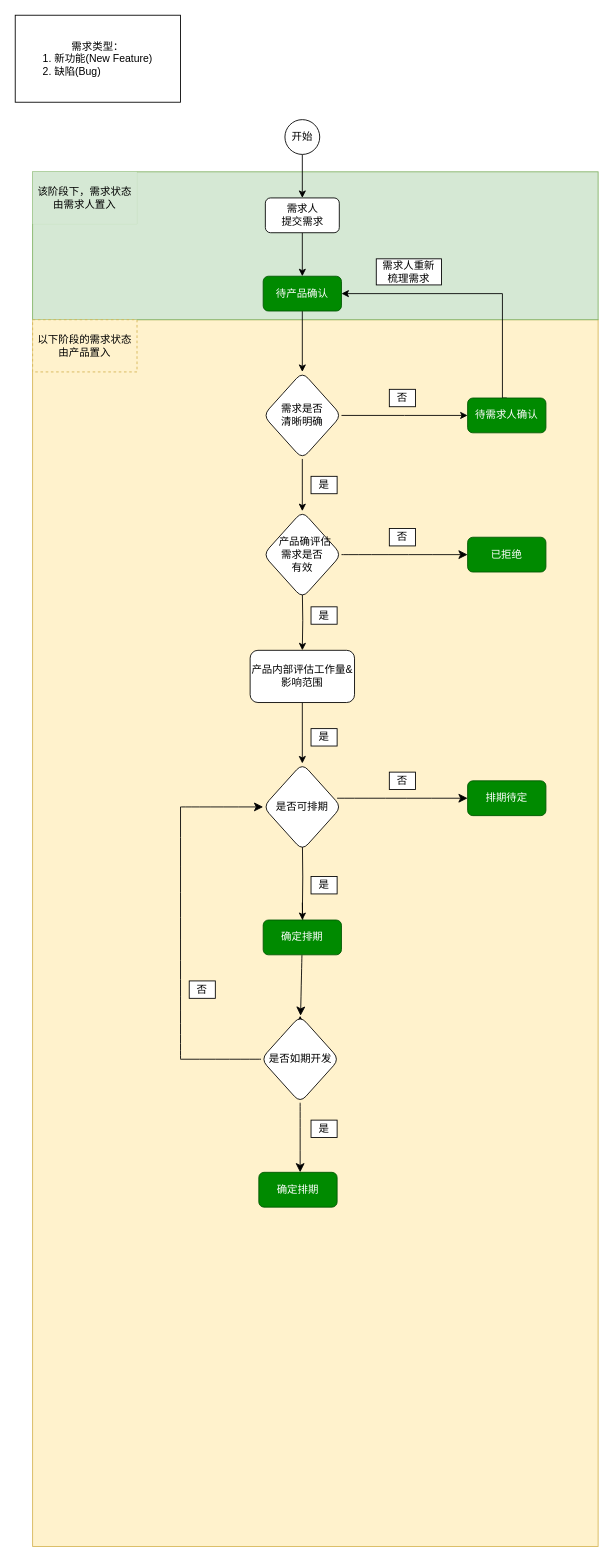
This is 产品需求状态流转图.drawio from Hanan-Deng/website.github.io, a draw.io file, before an edit. Source tidied: cells renumbered, new cells numbered last; positions are measured from the earlier drawing's top-left corner, leaving out a move shared by most shapes. Both pictures are drawn from the tidied source at 87%, with x=0, y=0 at pixel (15, 15).
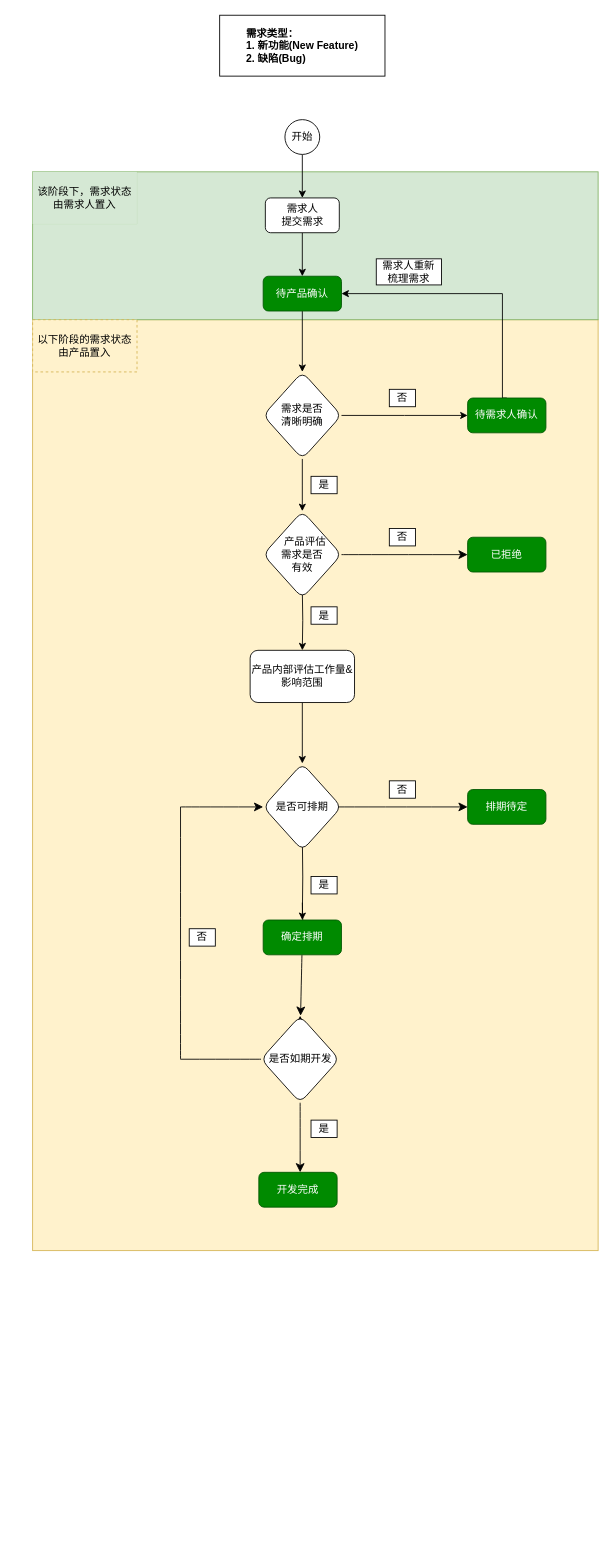
Above is the later version.

Commit message:
Update 产品需求状态流转图.drawio

What changed in the source:
```diff
@@
     <mxCell id="2" style="rounded=0;whiteSpace=wrap;html=1;fillColor=#fff2cc;strokeColor=#d6b656;" parent="1" vertex="1">
-      <mxGeometry x="20" y="350" width="650" height="1410" as="geometry" />
+      <mxGeometry x="20" y="350" width="650" height="1070" as="geometry" />
     </mxCell>
@@
-    <mxCell id="15" style="edgeStyle=none;curved=1;rounded=0;jettySize=auto;html=1;fontSize=12;startSize=8;endSize=8;" parent="1" edge="1" target="27">
+    <mxCell id="15" style="edgeStyle=none;curved=1;rounded=0;orthogonalLoop=1;jettySize=auto;html=1;fontSize=12;startSize=8;endSize=8;" parent="1" edge="1">
       <mxGeometry relative="1" as="geometry">
-        <mxPoint x="370" y="900" as="sourcePoint" />
+        <mxPoint x="370" y="910" as="sourcePoint" />
+        <mxPoint x="520" y="910" as="targetPoint" />
       </mxGeometry>
     </mxCell>
@@
-    <mxCell id="20" value="需求类型：&lt;br&gt;1. 新功能(New Feature)&lt;br&gt;&lt;div style=&quot;text-align: left;&quot;&gt;2. 缺陷(Bug)&lt;/div&gt;" style="rounded=0;whiteSpace=wrap;html=1;labelBackgroundColor=default;" parent="1" vertex="1">
-      <mxGeometry width="190" height="100" as="geometry" />
+    <mxCell id="20" value="&lt;div style=&quot;text-align: left;&quot;&gt;&lt;b&gt;需求类型：&lt;/b&gt;&lt;/div&gt;&lt;b&gt;1. 新功能(New Feature)&lt;br&gt;&lt;/b&gt;&lt;div style=&quot;text-align: left;&quot;&gt;&lt;b&gt;2. 缺陷(Bug)&lt;/b&gt;&lt;/div&gt;" style="rounded=0;whiteSpace=wrap;html=1;labelBackgroundColor=default;" parent="1" vertex="1">
+      <mxGeometry x="235" width="190" height="70" as="geometry" />
     </mxCell>
@@
-    <mxCell id="25" value="否" style="rounded=0;whiteSpace=wrap;html=1;" parent="1" vertex="1">
-      <mxGeometry x="430" y="870" width="30" height="20" as="geometry" />
-    </mxCell>
@@
     <mxCell id="27" value="排期待定" style="rounded=1;whiteSpace=wrap;html=1;fillColor=#008a00;fontColor=#ffffff;strokeColor=#005700;" parent="1" vertex="1">
-      <mxGeometry x="520" y="880" width="90" height="40" as="geometry" />
+      <mxGeometry x="520" y="890" width="90" height="40" as="geometry" />
     </mxCell>
@@
-    <mxCell id="29" value="&amp;nbsp; 产品确评估&lt;br style=&quot;border-color: var(--border-color);&quot;&gt;需求是否&lt;br style=&quot;border-color: var(--border-color);&quot;&gt;有效" style="rhombus;whiteSpace=wrap;html=1;rounded=1;" parent="1" vertex="1">
+    <mxCell id="29" value="&amp;nbsp; 产品评估&lt;br style=&quot;border-color: var(--border-color);&quot;&gt;需求是否&lt;br style=&quot;border-color: var(--border-color);&quot;&gt;有效" style="rhombus;whiteSpace=wrap;html=1;rounded=1;" parent="1" vertex="1">
       <mxGeometry x="285" y="570" width="90" height="100" as="geometry" />
     </mxCell>
@@
-    <mxCell id="33" value="是" style="rounded=0;whiteSpace=wrap;html=1;" parent="1" vertex="1">
-      <mxGeometry x="340" y="820" width="30" height="20" as="geometry" />
-    </mxCell>
@@
     <mxCell id="43" value="否" style="rounded=0;whiteSpace=wrap;html=1;" parent="1" vertex="1">
-      <mxGeometry x="200" y="1110" width="30" height="20" as="geometry" />
+      <mxGeometry x="200" y="1050" width="30" height="20" as="geometry" />
     </mxCell>
@@
-    <mxCell id="47" value="确定排期" style="rounded=1;whiteSpace=wrap;html=1;fillColor=#008a00;fontColor=#ffffff;strokeColor=#005700;" parent="1" vertex="1">
+    <mxCell id="47" value="开发完成" style="rounded=1;whiteSpace=wrap;html=1;fillColor=#008a00;fontColor=#ffffff;strokeColor=#005700;" parent="1" vertex="1">
       <mxGeometry x="280" y="1330" width="90" height="40" as="geometry" />
     </mxCell>
+    <mxCell id="25" value="否" style="rounded=0;whiteSpace=wrap;html=1;" parent="1" vertex="1">
+      <mxGeometry x="430" y="880" width="30" height="20" as="geometry" />
+    </mxCell>
```
